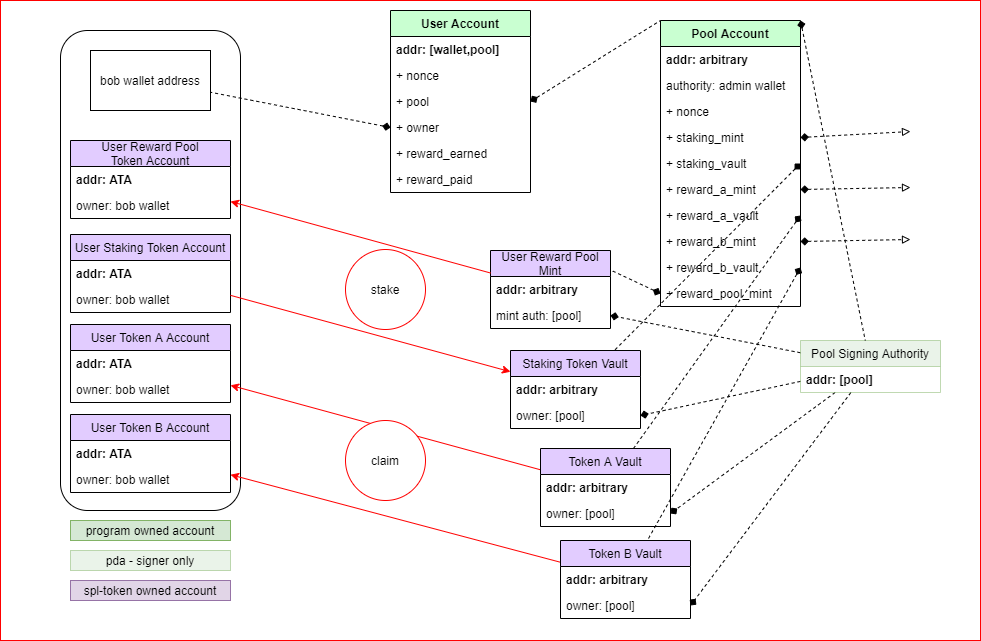
Before: account-design.png, a diagram exported from draw.io (step-finance/reward-pool). Source tidied: cells renumbered, new cells last; positions are measured from the earlier drawing's top-left corner, leaving out a move shared by most shapes.
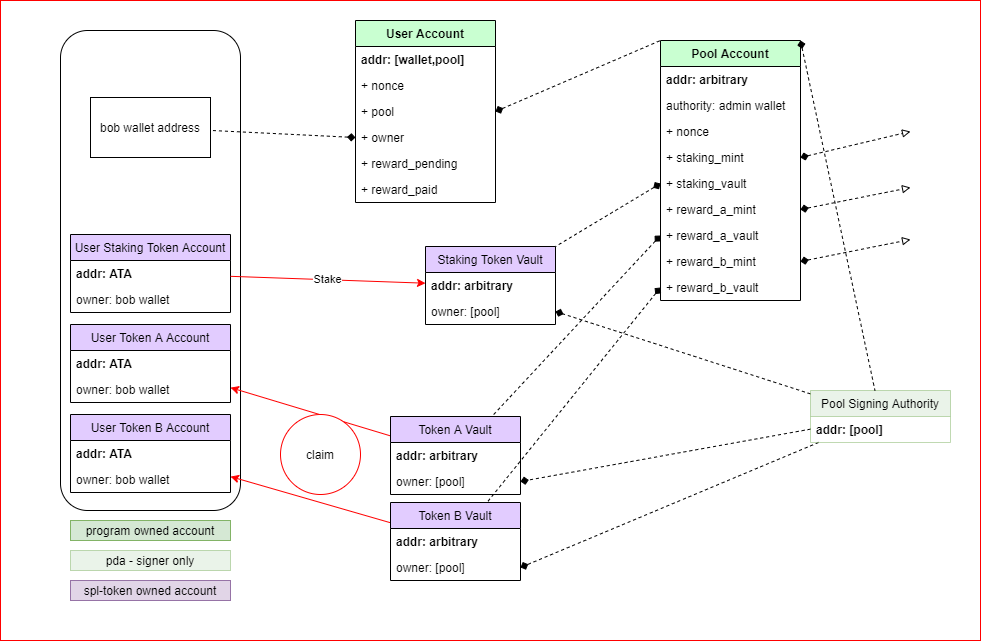
After the change.

Change to the diagram source:
```diff
@@ -17,11 +17,8 @@
     <mxCell id="6" style="edgeStyle=none;rounded=0;jettySize=auto;html=1;dashed=1;endArrow=diamond;endFill=1;entryX=1;entryY=0.5;entryDx=0;entryDy=0;" parent="1" edge="1" source="61" target="40">
       <mxGeometry relative="1" as="geometry" />
     </mxCell>
-    <mxCell id="7" style="edgeStyle=none;rounded=0;jettySize=auto;html=1;dashed=1;endArrow=diamond;endFill=1;entryX=1;entryY=0.5;entryDx=0;entryDy=0;" parent="1" edge="1" source="61" target="52">
-      <mxGeometry relative="1" as="geometry" />
-    </mxCell>
     <mxCell id="8" value="Pool Account" style="swimlane;fontStyle=1;horizontal=1;startSize=26;fillColor=#C9FFD1;" parent="1" vertex="1">
-      <mxGeometry x="660" y="20" width="140" height="286" as="geometry" />
+      <mxGeometry x="660" y="40" width="140" height="260" as="geometry" />
     </mxCell>
     <mxCell id="9" value="addr: arbitrary" style="text;strokeColor=none;fillColor=none;align=left;verticalAlign=top;spacingLeft=4;spacingRight=4;overflow=hidden;fontStyle=1;" parent="8" vertex="1">
       <mxGeometry y="26" width="140" height="26" as="geometry" />
@@ -50,11 +47,8 @@
     <mxCell id="17" value="+ reward_b_vault" style="text;strokeColor=none;fillColor=none;align=left;verticalAlign=top;spacingLeft=4;spacingRight=4;overflow=hidden;points=[[0,0.5],[1,0.5]];portConstraint=eastwest;" parent="8" vertex="1">
       <mxGeometry y="234" width="140" height="26" as="geometry" />
     </mxCell>
-    <mxCell id="18" value="+ reward_pool_mint" style="text;strokeColor=none;fillColor=none;align=left;verticalAlign=top;spacingLeft=4;spacingRight=4;overflow=hidden;points=[[0,0.5],[1,0.5]];portConstraint=eastwest;" parent="8" vertex="1">
-      <mxGeometry y="260" width="140" height="26" as="geometry" />
-    </mxCell>
     <mxCell id="19" value="User Account" style="swimlane;fontStyle=1;horizontal=1;startSize=26;fillColor=#C9FFD1;" parent="1" vertex="1">
-      <mxGeometry x="390" y="10" width="140" height="182" as="geometry" />
+      <mxGeometry x="355" y="20" width="140" height="182" as="geometry" />
     </mxCell>
     <mxCell id="20" value="addr: [wallet,pool]" style="text;strokeColor=none;fillColor=none;align=left;verticalAlign=top;spacingLeft=4;spacingRight=4;overflow=hidden;fontStyle=1;" parent="19" vertex="1">
       <mxGeometry y="26" width="140" height="26" as="geometry" />
@@ -68,17 +62,17 @@
     <mxCell id="23" value="+ owner" style="text;strokeColor=none;fillColor=none;align=left;verticalAlign=top;spacingLeft=4;spacingRight=4;overflow=hidden;points=[[0,0.5],[1,0.5]];portConstraint=eastwest;" parent="19" vertex="1">
       <mxGeometry y="104" width="140" height="26" as="geometry" />
     </mxCell>
-    <mxCell id="24" value="+ reward_earned" style="text;strokeColor=none;fillColor=none;align=left;verticalAlign=top;spacingLeft=4;spacingRight=4;overflow=hidden;" parent="19" vertex="1">
+    <mxCell id="24" value="+ reward_pending" style="text;strokeColor=none;fillColor=none;align=left;verticalAlign=top;spacingLeft=4;spacingRight=4;overflow=hidden;" parent="19" vertex="1">
       <mxGeometry y="130" width="140" height="26" as="geometry" />
     </mxCell>
     <mxCell id="25" value="+ reward_paid" style="text;strokeColor=none;fillColor=none;align=left;verticalAlign=top;spacingLeft=4;spacingRight=4;overflow=hidden;" parent="19" vertex="1">
       <mxGeometry y="156" width="140" height="26" as="geometry" />
     </mxCell>
     <mxCell id="26" value="bob wallet address" style="rounded=0;whiteSpace=wrap;html=1;" parent="1" vertex="1">
-      <mxGeometry x="90" y="50" width="120" height="60" as="geometry" />
+      <mxGeometry x="90" y="97" width="120" height="60" as="geometry" />
     </mxCell>
     <mxCell id="27" value="Staking Token Vault" style="swimlane;fontStyle=0;horizontal=1;startSize=26;fillColor=#E2CCFF;" parent="1" vertex="1">
-      <mxGeometry x="510" y="350" width="130" height="78" as="geometry" />
+      <mxGeometry x="425" y="246" width="130" height="78" as="geometry" />
     </mxCell>
     <mxCell id="28" value="addr: arbitrary" style="text;strokeColor=none;fillColor=none;align=left;verticalAlign=top;spacingLeft=4;spacingRight=4;overflow=hidden;fontStyle=1;" parent="27" vertex="1">
       <mxGeometry y="26" width="130" height="26" as="geometry" />
@@ -99,7 +93,7 @@
       <mxGeometry relative="1" as="geometry" />
     </mxCell>
     <mxCell id="34" value="Token B Vault" style="swimlane;fontStyle=0;horizontal=1;startSize=26;fillColor=#E2CCFF;" parent="1" vertex="1">
-      <mxGeometry x="560" y="540" width="130" height="78" as="geometry" />
+      <mxGeometry x="390" y="502" width="130" height="78" as="geometry" />
     </mxCell>
     <mxCell id="35" value="addr: arbitrary" style="text;strokeColor=none;fillColor=none;align=left;verticalAlign=top;spacingLeft=4;spacingRight=4;overflow=hidden;fontStyle=1;" parent="34" vertex="1">
       <mxGeometry y="26" width="130" height="26" as="geometry" />
@@ -111,7 +105,7 @@
       <mxGeometry relative="1" as="geometry" />
     </mxCell>
     <mxCell id="38" value="Token A Vault" style="swimlane;fontStyle=0;horizontal=1;startSize=26;fillColor=#E2CCFF;" parent="1" vertex="1">
-      <mxGeometry x="540" y="448" width="130" height="78" as="geometry" />
+      <mxGeometry x="390" y="416" width="130" height="78" as="geometry" />
     </mxCell>
     <mxCell id="39" value="addr: arbitrary" style="text;strokeColor=none;fillColor=none;align=left;verticalAlign=top;spacingLeft=4;spacingRight=4;overflow=hidden;fontStyle=1;" parent="38" vertex="1">
       <mxGeometry y="26" width="130" height="26" as="geometry" />
@@ -137,35 +131,11 @@
     <mxCell id="46" value="owner: bob wallet" style="text;strokeColor=none;fillColor=none;align=left;verticalAlign=top;spacingLeft=4;spacingRight=4;overflow=hidden;" parent="44" vertex="1">
       <mxGeometry y="52" width="160" height="26" as="geometry" />
     </mxCell>
-    <mxCell id="47" value="User Reward Pool&#10;Token Account" style="swimlane;fontStyle=0;horizontal=1;startSize=26;fillColor=#E2CCFF;" parent="1" vertex="1">
-      <mxGeometry x="70" y="140" width="160" height="78" as="geometry" />
-    </mxCell>
-    <mxCell id="48" value="addr: ATA" style="text;strokeColor=none;fillColor=none;align=left;verticalAlign=top;spacingLeft=4;spacingRight=4;overflow=hidden;fontStyle=1;" parent="47" vertex="1">
-      <mxGeometry y="26" width="160" height="26" as="geometry" />
-    </mxCell>
-    <mxCell id="49" value="owner: bob wallet" style="text;strokeColor=none;fillColor=none;align=left;verticalAlign=top;spacingLeft=4;spacingRight=4;overflow=hidden;fontStyle=0;" parent="47" vertex="1">
-      <mxGeometry y="52" width="160" height="26" as="geometry" />
-    </mxCell>
-    <mxCell id="50" value="User Reward Pool&#10;Mint" style="swimlane;fontStyle=0;horizontal=1;startSize=26;fillColor=#E2CCFF;" parent="1" vertex="1">
-      <mxGeometry x="490" y="250" width="120" height="78" as="geometry" />
-    </mxCell>
-    <mxCell id="51" value="addr: arbitrary" style="text;strokeColor=none;fillColor=none;align=left;verticalAlign=top;spacingLeft=4;spacingRight=4;overflow=hidden;fontStyle=1;" parent="50" vertex="1">
-      <mxGeometry y="26" width="120" height="26" as="geometry" />
-    </mxCell>
-    <mxCell id="52" value="mint auth: [pool]" style="text;strokeColor=none;fillColor=none;align=left;verticalAlign=top;spacingLeft=4;spacingRight=4;overflow=hidden;points=[[0,0.5],[1,0.5]];portConstraint=eastwest;fontStyle=0;" parent="50" vertex="1">
-      <mxGeometry y="52" width="120" height="26" as="geometry" />
-    </mxCell>
-    <mxCell id="53" value="stake" style="ellipse;whiteSpace=wrap;html=1;fillColor=#FFFFFF;strokeColor=#FF0000;" parent="1" vertex="1">
-      <mxGeometry x="345" y="249" width="80" height="80" as="geometry" />
-    </mxCell>
-    <mxCell id="54" style="edgeStyle=none;rounded=0;jettySize=auto;html=1;fillColor=#FFFFFF;strokeColor=#FF0000;" parent="1" edge="1" source="50" target="47">
-      <mxGeometry relative="1" as="geometry" />
-    </mxCell>
-    <mxCell id="55" style="edgeStyle=none;rounded=0;jettySize=auto;html=1;fillColor=#FFFFFF;strokeColor=#FF0000;" parent="1" edge="1" source="30" target="27">
+    <mxCell id="55" value="Stake" style="edgeStyle=none;rounded=0;jettySize=auto;html=1;fillColor=#FFFFFF;strokeColor=#FF0000;" parent="1" edge="1" source="30" target="27">
       <mxGeometry relative="1" as="geometry" />
     </mxCell>
     <mxCell id="56" value="claim" style="ellipse;whiteSpace=wrap;html=1;strokeColor=#FF0000;" parent="1" vertex="1">
-      <mxGeometry x="345" y="420" width="80" height="80" as="geometry" />
+      <mxGeometry x="280" y="414" width="80" height="80" as="geometry" />
     </mxCell>
     <mxCell id="57" style="edgeStyle=none;rounded=0;jettySize=auto;html=1;exitX=0;exitY=0.5;exitDx=0;exitDy=0;dashed=1;endArrow=none;endFill=0;fillColor=#FFFFFF;startArrow=diamond;startFill=1;" parent="1" edge="1" source="23" target="26">
       <mxGeometry relative="1" as="geometry" />
@@ -180,7 +150,7 @@
       <mxGeometry x="70" y="580" width="160" height="20" as="geometry" />
     </mxCell>
     <mxCell id="61" value="Pool Signing Authority" style="swimlane;fontStyle=0;horizontal=1;startSize=26;fillColor=#d5e8d4;strokeColor=#82b366;swimlaneFillColor=none;opacity=50;" parent="1" vertex="1">
-      <mxGeometry x="800" y="340" width="140" height="52" as="geometry" />
+      <mxGeometry x="810" y="390" width="140" height="52" as="geometry" />
     </mxCell>
     <mxCell id="62" value="addr: [pool]" style="text;strokeColor=none;fillColor=none;align=left;verticalAlign=top;spacingLeft=4;spacingRight=4;overflow=hidden;fontStyle=1;" parent="61" vertex="1">
       <mxGeometry y="26" width="140" height="26" as="geometry" />
@@ -191,13 +161,13 @@
     <mxCell id="64" value="pda - signer only" style="rounded=0;whiteSpace=wrap;html=1;strokeColor=#82b366;fillColor=#d5e8d4;opacity=50;" parent="1" vertex="1">
       <mxGeometry x="70" y="550" width="160" height="20" as="geometry" />
     </mxCell>
-    <mxCell id="65" style="edgeStyle=none;rounded=0;jettySize=auto;html=1;dashed=1;startArrow=diamond;startFill=1;endArrow=none;endFill=0;strokeColor=#000000;fillColor=#FFFFFF;exitX=1;exitY=0.5;exitDx=0;exitDy=0;" parent="1" edge="1" source="13" target="27">
+    <mxCell id="65" style="edgeStyle=none;rounded=0;jettySize=auto;html=1;dashed=1;startArrow=diamond;startFill=1;endArrow=none;endFill=0;strokeColor=#000000;fillColor=#FFFFFF;exitX=0;exitY=0.5;exitDx=0;exitDy=0;" parent="1" edge="1" source="13" target="27">
       <mxGeometry relative="1" as="geometry" />
     </mxCell>
-    <mxCell id="66" style="edgeStyle=none;rounded=0;jettySize=auto;html=1;dashed=1;startArrow=diamond;startFill=1;endArrow=none;endFill=0;strokeColor=#000000;fillColor=#FFFFFF;exitX=1;exitY=0.5;exitDx=0;exitDy=0;" parent="1" edge="1" source="15" target="38">
+    <mxCell id="66" style="edgeStyle=none;rounded=0;jettySize=auto;html=1;dashed=1;startArrow=diamond;startFill=1;endArrow=none;endFill=0;strokeColor=#000000;fillColor=#FFFFFF;exitX=0;exitY=0.5;exitDx=0;exitDy=0;" parent="1" edge="1" source="15" target="38">
       <mxGeometry relative="1" as="geometry" />
     </mxCell>
-    <mxCell id="67" style="edgeStyle=none;rounded=0;jettySize=auto;html=1;dashed=1;startArrow=diamond;startFill=1;endArrow=none;endFill=0;strokeColor=#000000;fillColor=#FFFFFF;exitX=1;exitY=0.5;exitDx=0;exitDy=0;" parent="1" edge="1" source="17" target="34">
+    <mxCell id="67" style="edgeStyle=none;rounded=0;jettySize=auto;html=1;dashed=1;startArrow=diamond;startFill=1;endArrow=none;endFill=0;strokeColor=#000000;fillColor=#FFFFFF;exitX=0;exitY=0.5;exitDx=0;exitDy=0;" parent="1" edge="1" source="17" target="34">
       <mxGeometry relative="1" as="geometry" />
     </mxCell>
     <mxCell id="68" style="edgeStyle=none;rounded=0;jettySize=auto;html=1;exitX=1;exitY=0.5;exitDx=0;exitDy=0;dashed=1;startArrow=diamond;startFill=1;endArrow=block;endFill=0;strokeColor=#000000;fillColor=#FFFFFF;" parent="1" edge="1" source="14">
@@ -215,8 +185,5 @@
         <mxPoint x="910" y="131" as="targetPoint" />
       </mxGeometry>
     </mxCell>
-    <mxCell id="71" style="edgeStyle=none;rounded=0;jettySize=auto;html=1;exitX=0;exitY=0.5;exitDx=0;exitDy=0;entryX=1;entryY=0.25;entryDx=0;entryDy=0;dashed=1;startArrow=diamond;startFill=1;endArrow=none;endFill=0;strokeColor=#000000;fillColor=#FFFFFF;" parent="1" edge="1" source="18" target="50">
-      <mxGeometry relative="1" as="geometry" />
-    </mxCell>
   </root>
 </mxGraphModel>
```
